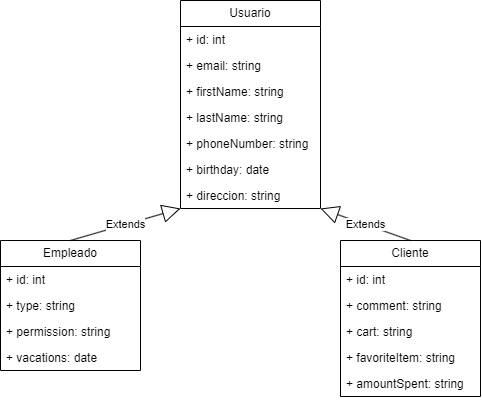
Above: dbd.png in Fernando21868/losprimos (draw.io), before the change. Source tidied: cells renumbered, new cells last; positions are measured from the earlier drawing's top-left corner, leaving out a move shared by most shapes.
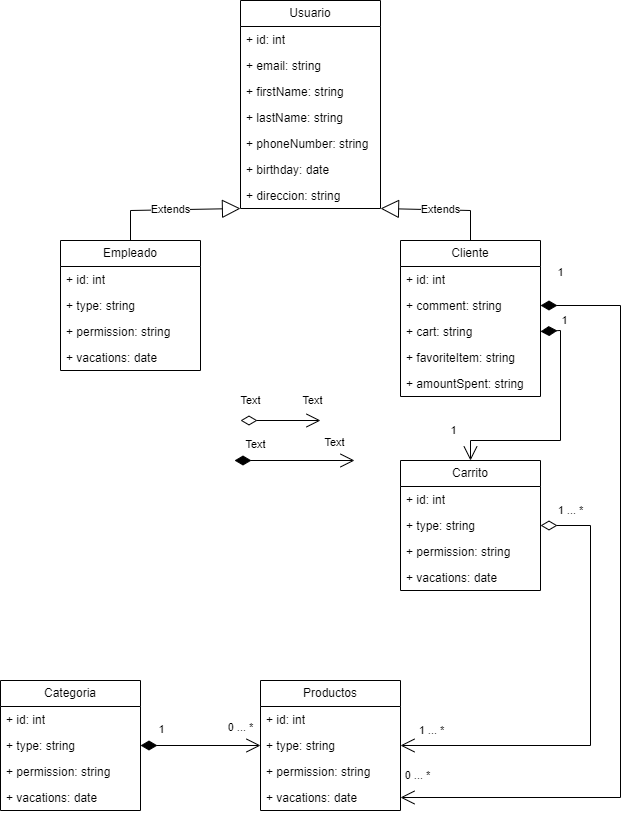
The same diagram one commit later.

Diff of the diagram source:
```diff
@@ -60,10 +60,163 @@
       <mxGeometry y="130" width="140" height="26" as="geometry" />
     </mxCell>
     <mxCell id="21" value="Extends" style="endArrow=block;endSize=16;endFill=0;html=1;rounded=0;entryX=0;entryY=1;entryDx=0;entryDy=0;exitX=0.5;exitY=0;exitDx=0;exitDy=0;" parent="1" edge="1" source="10" target="2">
-      <mxGeometry relative="1" as="geometry" />
+      <mxGeometry relative="1" as="geometry">
+        <Array as="points">
+          <mxPoint x="70" y="210" />
+        </Array>
+      </mxGeometry>
     </mxCell>
     <mxCell id="22" value="Extends" style="endArrow=block;endSize=16;endFill=0;html=1;rounded=0;entryX=1;entryY=1;entryDx=0;entryDy=0;exitX=0.5;exitY=0;exitDx=0;exitDy=0;" parent="1" edge="1" source="15" target="2">
-      <mxGeometry relative="1" as="geometry" />
+      <mxGeometry relative="1" as="geometry">
+        <Array as="points">
+          <mxPoint x="410" y="210" />
+        </Array>
+      </mxGeometry>
     </mxCell>
+    <mxCell id="23" value="Categoria" style="swimlane;fontStyle=0;horizontal=1;startSize=26;fillColor=none;whiteSpace=wrap;html=1;" parent="1" vertex="1">
+      <mxGeometry x="-60" y="680" width="140" height="130" as="geometry" />
+    </mxCell>
+    <mxCell id="24" value="+ id: int" style="text;strokeColor=none;fillColor=none;align=left;verticalAlign=top;spacingLeft=4;spacingRight=4;overflow=hidden;whiteSpace=wrap;html=1;" parent="23" vertex="1">
+      <mxGeometry y="26" width="140" height="26" as="geometry" />
+    </mxCell>
+    <mxCell id="25" value="+ type: string" style="text;strokeColor=none;fillColor=none;align=left;verticalAlign=top;spacingLeft=4;spacingRight=4;overflow=hidden;points=[[0,0.5],[1,0.5]];portConstraint=eastwest;whiteSpace=wrap;html=1;" parent="23" vertex="1">
+      <mxGeometry y="52" width="140" height="26" as="geometry" />
+    </mxCell>
+    <mxCell id="26" value="+ permission: string" style="text;strokeColor=none;fillColor=none;align=left;verticalAlign=top;spacingLeft=4;spacingRight=4;overflow=hidden;whiteSpace=wrap;html=1;" parent="23" vertex="1">
+      <mxGeometry y="78" width="140" height="26" as="geometry" />
+    </mxCell>
+    <mxCell id="27" value="+ vacations: date" style="text;strokeColor=none;fillColor=none;align=left;verticalAlign=top;spacingLeft=4;spacingRight=4;overflow=hidden;whiteSpace=wrap;html=1;" parent="23" vertex="1">
+      <mxGeometry y="104" width="140" height="26" as="geometry" />
+    </mxCell>
+    <mxCell id="28" value="Productos" style="swimlane;fontStyle=0;horizontal=1;startSize=26;fillColor=none;whiteSpace=wrap;html=1;" parent="1" vertex="1">
+      <mxGeometry x="200" y="680" width="140" height="130" as="geometry" />
+    </mxCell>
+    <mxCell id="29" value="+ id: int" style="text;strokeColor=none;fillColor=none;align=left;verticalAlign=top;spacingLeft=4;spacingRight=4;overflow=hidden;whiteSpace=wrap;html=1;" parent="28" vertex="1">
+      <mxGeometry y="26" width="140" height="26" as="geometry" />
+    </mxCell>
+    <mxCell id="30" value="+ type: string" style="text;strokeColor=none;fillColor=none;align=left;verticalAlign=top;spacingLeft=4;spacingRight=4;overflow=hidden;points=[[0,0.5],[1,0.5]];portConstraint=eastwest;whiteSpace=wrap;html=1;" parent="28" vertex="1">
+      <mxGeometry y="52" width="140" height="26" as="geometry" />
+    </mxCell>
+    <mxCell id="31" value="+ permission: string" style="text;strokeColor=none;fillColor=none;align=left;verticalAlign=top;spacingLeft=4;spacingRight=4;overflow=hidden;whiteSpace=wrap;html=1;" parent="28" vertex="1">
+      <mxGeometry y="78" width="140" height="26" as="geometry" />
+    </mxCell>
+    <mxCell id="32" value="+ vacations: date" style="text;strokeColor=none;fillColor=none;align=left;verticalAlign=top;spacingLeft=4;spacingRight=4;overflow=hidden;points=[[0,0.5],[1,0.5]];portConstraint=eastwest;whiteSpace=wrap;html=1;" parent="28" vertex="1">
+      <mxGeometry y="104" width="140" height="26" as="geometry" />
+    </mxCell>
+    <mxCell id="33" value="Carrito" style="swimlane;fontStyle=0;horizontal=1;startSize=26;fillColor=none;whiteSpace=wrap;html=1;" parent="1" vertex="1">
+      <mxGeometry x="340" y="460" width="140" height="130" as="geometry" />
+    </mxCell>
+    <mxCell id="34" value="+ id: int" style="text;strokeColor=none;fillColor=none;align=left;verticalAlign=top;spacingLeft=4;spacingRight=4;overflow=hidden;whiteSpace=wrap;html=1;" parent="33" vertex="1">
+      <mxGeometry y="26" width="140" height="26" as="geometry" />
+    </mxCell>
+    <mxCell id="35" value="+ type: string" style="text;strokeColor=none;fillColor=none;align=left;verticalAlign=top;spacingLeft=4;spacingRight=4;overflow=hidden;points=[[0,0.5],[1,0.5]];portConstraint=eastwest;whiteSpace=wrap;html=1;" parent="33" vertex="1">
+      <mxGeometry y="52" width="140" height="26" as="geometry" />
+    </mxCell>
+    <mxCell id="36" value="+ permission: string" style="text;strokeColor=none;fillColor=none;align=left;verticalAlign=top;spacingLeft=4;spacingRight=4;overflow=hidden;whiteSpace=wrap;html=1;" parent="33" vertex="1">
+      <mxGeometry y="78" width="140" height="26" as="geometry" />
+    </mxCell>
+    <mxCell id="37" value="+ vacations: date" style="text;strokeColor=none;fillColor=none;align=left;verticalAlign=top;spacingLeft=4;spacingRight=4;overflow=hidden;whiteSpace=wrap;html=1;" parent="33" vertex="1">
+      <mxGeometry y="104" width="140" height="26" as="geometry" />
+    </mxCell>
+    <mxCell id="38" style="endArrow=open;html=1;rounded=0;startArrow=diamondThin;startFill=0;endSize=12;startSize=14;endFill=0;" parent="1" edge="1">
+      <mxGeometry relative="1" as="geometry">
+        <mxPoint x="180" y="420" as="sourcePoint" />
+        <mxPoint x="260" y="420" as="targetPoint" />
+      </mxGeometry>
+    </mxCell>
+    <mxCell id="39" value="Text" style="edgeLabel;html=1;align=center;verticalAlign=middle;" parent="38" vertex="1">
+      <mxGeometry x="-0.75" y="-3" relative="1" as="geometry">
+        <mxPoint y="-23" as="offset" />
+      </mxGeometry>
+    </mxCell>
+    <mxCell id="40" value="Text" style="edgeLabel;html=1;align=center;verticalAlign=middle;" parent="38" vertex="1">
+      <mxGeometry x="0.79" y="-2" relative="1" as="geometry">
+        <mxPoint y="-22" as="offset" />
+      </mxGeometry>
+    </mxCell>
+    <mxCell id="41" style="endArrow=open;html=1;rounded=0;startArrow=diamondThin;startFill=1;endSize=12;startSize=14;endFill=0;exitX=1;exitY=0.5;exitDx=0;exitDy=0;entryX=0;entryY=0.5;entryDx=0;entryDy=0;" parent="1" edge="1" source="25" target="30">
+      <mxGeometry relative="1" as="geometry" />
+    </mxCell>
+    <mxCell id="42" value="1" style="edgeLabel;html=1;align=center;verticalAlign=middle;" parent="41" vertex="1">
+      <mxGeometry x="-0.77" y="-2" relative="1" as="geometry">
+        <mxPoint x="6" y="-18" as="offset" />
+      </mxGeometry>
+    </mxCell>
+    <mxCell id="43" value="0 ... *" style="edgeLabel;html=1;align=center;verticalAlign=middle;" parent="41" vertex="1">
+      <mxGeometry x="0.92" y="-2" relative="1" as="geometry">
+        <mxPoint x="-15" y="-20" as="offset" />
+      </mxGeometry>
+    </mxCell>
+    <mxCell id="44" style="endArrow=open;html=1;rounded=0;startArrow=diamondThin;startFill=1;endSize=12;startSize=14;endFill=0;exitX=1;exitY=0.5;exitDx=0;exitDy=0;entryX=0;entryY=0.5;entryDx=0;entryDy=0;" parent="1" edge="1">
+      <mxGeometry relative="1" as="geometry">
+        <mxPoint x="174" y="460" as="sourcePoint" />
+        <mxPoint x="294" y="460" as="targetPoint" />
+      </mxGeometry>
+    </mxCell>
+    <mxCell id="45" value="Text" style="edgeLabel;html=1;align=center;verticalAlign=middle;" parent="44" vertex="1">
+      <mxGeometry x="-0.77" y="-2" relative="1" as="geometry">
+        <mxPoint x="6" y="-18" as="offset" />
+      </mxGeometry>
+    </mxCell>
+    <mxCell id="46" value="Text" style="edgeLabel;html=1;align=center;verticalAlign=middle;" parent="44" vertex="1">
+      <mxGeometry x="0.92" y="-2" relative="1" as="geometry">
+        <mxPoint x="-15" y="-20" as="offset" />
+      </mxGeometry>
+    </mxCell>
+    <mxCell id="47" style="endArrow=open;html=1;rounded=0;startArrow=diamondThin;startFill=0;endSize=12;startSize=14;endFill=0;exitX=1;exitY=0.5;exitDx=0;exitDy=0;entryX=1;entryY=0.5;entryDx=0;entryDy=0;" parent="1" edge="1" source="35" target="30">
+      <mxGeometry relative="1" as="geometry">
+        <Array as="points">
+          <mxPoint x="530" y="525" />
+          <mxPoint x="530" y="745" />
+        </Array>
+      </mxGeometry>
+    </mxCell>
+    <mxCell id="48" value="1 ... *" style="edgeLabel;html=1;align=center;verticalAlign=middle;" parent="47" vertex="1">
+      <mxGeometry x="-0.75" y="-3" relative="1" as="geometry">
+        <mxPoint x="-17" y="-23" as="offset" />
+      </mxGeometry>
+    </mxCell>
+    <mxCell id="49" value="1 ... *" style="edgeLabel;html=1;align=center;verticalAlign=middle;" parent="47" vertex="1">
+      <mxGeometry x="0.79" y="-2" relative="1" as="geometry">
+        <mxPoint x="-17" y="-13" as="offset" />
+      </mxGeometry>
+    </mxCell>
+    <mxCell id="50" style="endArrow=open;html=1;rounded=0;startArrow=diamondThin;startFill=1;endSize=12;startSize=14;endFill=0;exitX=1;exitY=0.5;exitDx=0;exitDy=0;entryX=0.5;entryY=0;entryDx=0;entryDy=0;" parent="1" edge="1" source="18" target="33">
+      <mxGeometry relative="1" as="geometry">
+        <Array as="points">
+          <mxPoint x="500" y="330" />
+          <mxPoint x="500" y="440" />
+          <mxPoint x="410" y="440" />
+        </Array>
+      </mxGeometry>
+    </mxCell>
+    <mxCell id="51" value="1" style="edgeLabel;html=1;align=center;verticalAlign=middle;" parent="50" vertex="1">
+      <mxGeometry x="-0.77" y="-2" relative="1" as="geometry">
+        <mxPoint x="6" y="-18" as="offset" />
+      </mxGeometry>
+    </mxCell>
+    <mxCell id="52" value="1" style="edgeLabel;html=1;align=center;verticalAlign=middle;" parent="50" vertex="1">
+      <mxGeometry x="0.92" y="-2" relative="1" as="geometry">
+        <mxPoint x="-15" y="-20" as="offset" />
+      </mxGeometry>
+    </mxCell>
+    <mxCell id="53" style="endArrow=open;html=1;rounded=0;startArrow=diamondThin;startFill=1;endSize=12;startSize=14;endFill=0;exitX=1;exitY=0.5;exitDx=0;exitDy=0;entryX=1;entryY=0.5;entryDx=0;entryDy=0;" parent="1" edge="1" source="17" target="32">
+      <mxGeometry relative="1" as="geometry">
+        <Array as="points">
+          <mxPoint x="560" y="305" />
+          <mxPoint x="560" y="797" />
+        </Array>
+      </mxGeometry>
+    </mxCell>
+    <mxCell id="54" value="1" style="edgeLabel;html=1;align=center;verticalAlign=middle;" parent="53" vertex="1">
+      <mxGeometry x="-0.77" y="-2" relative="1" as="geometry">
+        <mxPoint x="-58" y="-45" as="offset" />
+      </mxGeometry>
+    </mxCell>
+    <mxCell id="55" value="0 ... *" style="edgeLabel;html=1;align=center;verticalAlign=middle;" parent="53" vertex="1">
+      <mxGeometry x="0.92" y="-2" relative="1" as="geometry">
+        <mxPoint x="-15" y="-20" as="offset" />
+      </mxGeometry>
+    </mxCell>
   </root>
 </mxGraphModel>
```
